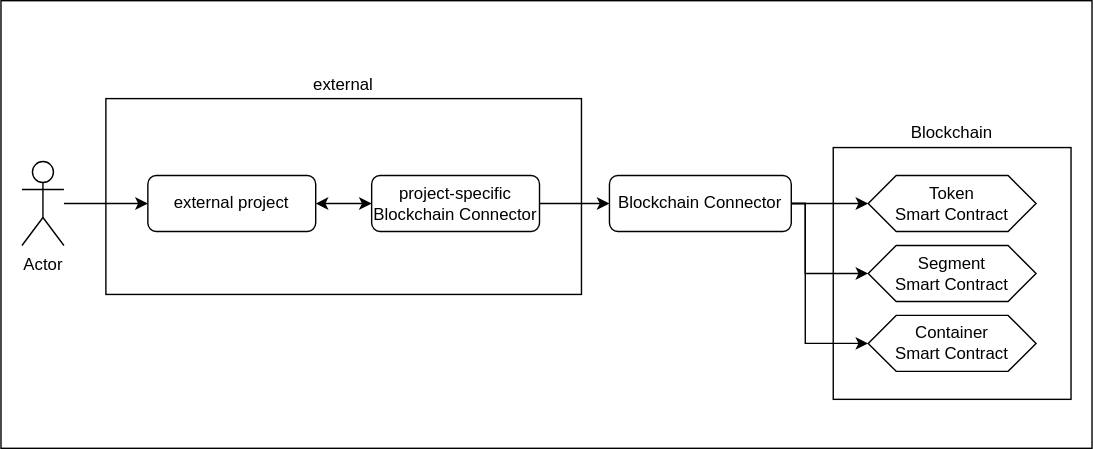
Above: drawio/chapter_5/components_whitebox.svg in fraunhofer-iml/nft-folder-documentation (draw.io), before the change. Source tidied: cells renumbered, new cells last; positions are measured from the earlier drawing's top-left corner, leaving out a move shared by most shapes.
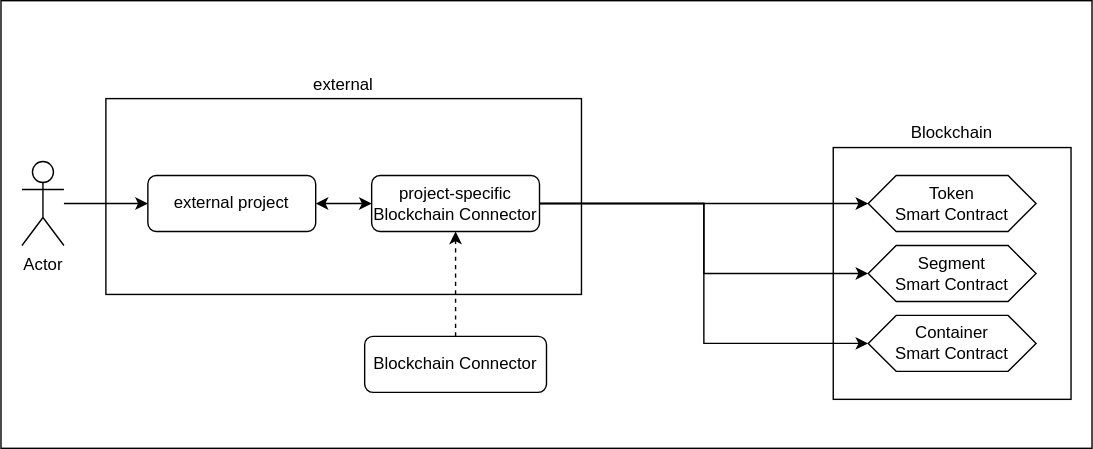
Above is the later version.

Change to the diagram source:
```diff
@@ -20,9 +20,6 @@
     <mxCell id="7" value="external project" style="rounded=1;whiteSpace=wrap;html=1;" parent="1" vertex="1">
       <mxGeometry x="105" y="125" width="120" height="40" as="geometry" />
     </mxCell>
-    <mxCell id="8" style="edgeStyle=orthogonalEdgeStyle;rounded=0;jettySize=auto;html=1;entryX=0;entryY=0.5;entryDx=0;entryDy=0;" parent="1" edge="1" source="9" target="18">
-      <mxGeometry relative="1" as="geometry" />
-    </mxCell>
     <mxCell id="9" value="project-specific Blockchain Connector" style="rounded=1;whiteSpace=wrap;html=1;" parent="1" vertex="1">
       <mxGeometry x="265" y="125" width="120" height="40" as="geometry" />
     </mxCell>
@@ -41,30 +38,23 @@
     <mxCell id="14" value="Token &lt;br&gt;Smart Contract" style="shape=hexagon;perimeter=hexagonPerimeter2;whiteSpace=wrap;html=1;fixedSize=1;" parent="1" vertex="1">
       <mxGeometry x="620" y="125" width="120" height="40" as="geometry" />
     </mxCell>
-    <mxCell id="15" style="edgeStyle=orthogonalEdgeStyle;rounded=0;jettySize=auto;html=1;entryX=0;entryY=0.5;entryDx=0;entryDy=0;" parent="1" edge="1" source="18" target="14">
-      <mxGeometry relative="1" as="geometry" />
-    </mxCell>
-    <mxCell id="16" style="edgeStyle=orthogonalEdgeStyle;rounded=0;jettySize=auto;html=1;entryX=0;entryY=0.5;entryDx=0;entryDy=0;" parent="1" edge="1" source="18" target="13">
-      <mxGeometry relative="1" as="geometry">
-        <Array as="points">
-          <mxPoint x="575" y="145" />
-          <mxPoint x="575" y="195" />
-        </Array>
-      </mxGeometry>
-    </mxCell>
-    <mxCell id="17" style="edgeStyle=orthogonalEdgeStyle;rounded=0;jettySize=auto;html=1;entryX=0;entryY=0.5;entryDx=0;entryDy=0;" parent="1" edge="1" source="18" target="12">
-      <mxGeometry relative="1" as="geometry">
-        <Array as="points">
-          <mxPoint x="575" y="145" />
-          <mxPoint x="575" y="245" />
-        </Array>
-      </mxGeometry>
-    </mxCell>
+    <mxCell id="20" style="edgeStyle=orthogonalEdgeStyle;rounded=0;jettySize=auto;html=1;entryX=0.5;entryY=1;entryDx=0;entryDy=0;dashed=1;" parent="1" edge="1" source="18" target="9">
+      <mxGeometry relative="1" as="geometry" />
+    </mxCell>
     <mxCell id="18" value="Blockchain Connector" style="rounded=1;whiteSpace=wrap;html=1;" parent="1" vertex="1">
-      <mxGeometry x="435" y="125" width="130" height="40" as="geometry" />
+      <mxGeometry x="260" y="240" width="130" height="40" as="geometry" />
     </mxCell>
     <mxCell id="19" value="external" style="text;html=1;align=center;verticalAlign=middle;whiteSpace=wrap;rounded=0;" parent="1" vertex="1">
       <mxGeometry x="215" y="50" width="60" height="20" as="geometry" />
     </mxCell>
+    <mxCell id="21" style="edgeStyle=orthogonalEdgeStyle;rounded=0;jettySize=auto;html=1;entryX=0;entryY=0.5;entryDx=0;entryDy=0;" parent="1" edge="1" source="9" target="14">
+      <mxGeometry relative="1" as="geometry" />
+    </mxCell>
+    <mxCell id="22" style="edgeStyle=orthogonalEdgeStyle;rounded=0;jettySize=auto;html=1;entryX=0;entryY=0.5;entryDx=0;entryDy=0;" parent="1" edge="1" source="9" target="13">
+      <mxGeometry relative="1" as="geometry" />
+    </mxCell>
+    <mxCell id="23" style="edgeStyle=orthogonalEdgeStyle;rounded=0;jettySize=auto;html=1;entryX=0;entryY=0.5;entryDx=0;entryDy=0;" parent="1" edge="1" source="9" target="12">
+      <mxGeometry relative="1" as="geometry" />
+    </mxCell>
   </root>
 </mxGraphModel>
```
